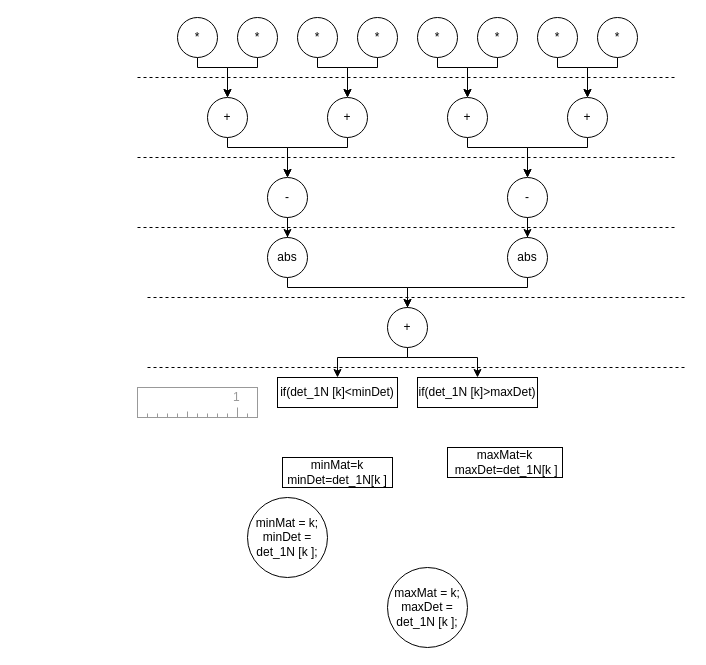
FranciscoPRosa/NEEC_test keeps this draw.io diagram as operations.drawio. Above is the earlier version. Source tidied: cells renumbered, new cells numbered last; positions are measured from the earlier drawing's top-left corner, leaving out a move shared by most shapes. Both pictures are drawn from the tidied source at 100%, with x=0, y=0 at pixel (137, 17).
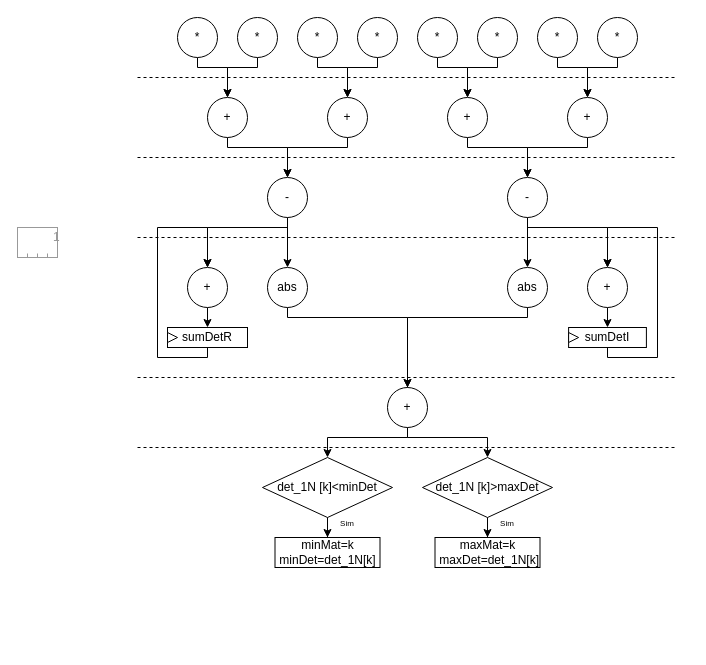
After the change.

Unchanged cells that the change refers to:
```xml
<mxCell id="29" value="-" style="ellipse;whiteSpace=wrap;html=1;" parent="1" vertex="1">
  <mxGeometry x="130" y="160" width="40" height="40" as="geometry" />
</mxCell>
<mxCell id="31" value="-" style="ellipse;whiteSpace=wrap;html=1;" parent="1" vertex="1">
  <mxGeometry x="370" y="160" width="40" height="40" as="geometry" />
</mxCell>
```

What changed in the source:
```diff
@@
+    <mxCell id="50" style="edgeStyle=orthogonalEdgeStyle;rounded=0;jettySize=auto;html=1;exitX=0.5;exitY=1;exitDx=0;exitDy=0;entryX=0.5;entryY=0;entryDx=0;entryDy=0;" parent="1" edge="1" source="29" target="59">
+      <mxGeometry relative="1" as="geometry">
+        <Array as="points">
+          <mxPoint x="150" y="210" />
+          <mxPoint x="70" y="210" />
+        </Array>
+      </mxGeometry>
+    </mxCell>
@@
+    <mxCell id="51" style="edgeStyle=orthogonalEdgeStyle;rounded=0;jettySize=auto;html=1;entryX=0.5;entryY=0;entryDx=0;entryDy=0;" parent="1" edge="1" source="31" target="61">
+      <mxGeometry relative="1" as="geometry">
+        <Array as="points">
+          <mxPoint x="390" y="210" />
+          <mxPoint x="470" y="210" />
+        </Array>
+      </mxGeometry>
+    </mxCell>
@@
     <mxCell id="32" style="endArrow=none;dashed=1;html=1;rounded=0;" parent="1" edge="1">
       <mxGeometry relative="1" as="geometry">
-        <mxPoint y="210" as="sourcePoint" />
-        <mxPoint x="540" y="210" as="targetPoint" />
+        <mxPoint y="220" as="sourcePoint" />
+        <mxPoint x="540" y="220" as="targetPoint" />
       </mxGeometry>
     </mxCell>
     <mxCell id="33" style="edgeStyle=orthogonalEdgeStyle;rounded=0;jettySize=auto;html=1;entryX=0.5;entryY=0;entryDx=0;entryDy=0;" parent="1" edge="1" source="34" target="41">
       <mxGeometry relative="1" as="geometry">
         <Array as="points">
-          <mxPoint x="150" y="270" />
-          <mxPoint x="270" y="270" />
+          <mxPoint x="150" y="300" />
+          <mxPoint x="270" y="300" />
         </Array>
       </mxGeometry>
     </mxCell>
     <mxCell id="34" value="abs" style="ellipse;whiteSpace=wrap;html=1;" parent="1" vertex="1">
-      <mxGeometry x="130" y="220" width="40" height="40" as="geometry" />
+      <mxGeometry x="130" y="250" width="40" height="40" as="geometry" />
     </mxCell>
     <mxCell id="35" style="edgeStyle=orthogonalEdgeStyle;rounded=0;jettySize=auto;html=1;" parent="1" edge="1" source="41">
       <mxGeometry relative="1" as="geometry">
-        <mxPoint x="270" y="320" as="targetPoint" />
+        <mxPoint x="270" y="400" as="targetPoint" />
         <Array as="points">
-          <mxPoint x="270" y="280" />
+          <mxPoint x="270" y="360" />
         </Array>
       </mxGeometry>
     </mxCell>
     <mxCell id="36" value="abs" style="ellipse;whiteSpace=wrap;html=1;" parent="1" vertex="1">
-      <mxGeometry x="370" y="220" width="40" height="40" as="geometry" />
+      <mxGeometry x="370" y="250" width="40" height="40" as="geometry" />
     </mxCell>
     <mxCell id="37" style="endArrow=none;dashed=1;html=1;rounded=0;" parent="1" edge="1">
       <mxGeometry relative="1" as="geometry">
-        <mxPoint x="10" y="280" as="sourcePoint" />
-        <mxPoint x="550" y="280" as="targetPoint" />
+        <mxPoint y="360" as="sourcePoint" />
+        <mxPoint x="540" y="360" as="targetPoint" />
       </mxGeometry>
     </mxCell>
     <mxCell id="38" style="edgeStyle=orthogonalEdgeStyle;rounded=0;jettySize=auto;html=1;" parent="1" edge="1" source="36" target="41">
       <mxGeometry relative="1" as="geometry">
         <Array as="points">
-          <mxPoint x="390" y="270" />
-          <mxPoint x="270" y="270" />
+          <mxPoint x="390" y="300" />
+          <mxPoint x="270" y="300" />
         </Array>
       </mxGeometry>
     </mxCell>
-    <mxCell id="39" style="edgeStyle=orthogonalEdgeStyle;rounded=0;jettySize=auto;html=1;entryX=0.5;entryY=0;entryDx=0;entryDy=0;" parent="1" edge="1" source="41">
+    <mxCell id="39" style="edgeStyle=orthogonalEdgeStyle;rounded=0;jettySize=auto;html=1;" parent="1" edge="1" source="41">
       <mxGeometry relative="1" as="geometry">
-        <mxPoint x="200" y="360" as="targetPoint" />
+        <mxPoint x="190" y="440" as="targetPoint" />
         <Array as="points">
-          <mxPoint x="270" y="340" />
-          <mxPoint x="200" y="340" />
+          <mxPoint x="270" y="420" />
+          <mxPoint x="190" y="420" />
+          <mxPoint x="190" y="440" />
         </Array>
       </mxGeometry>
     </mxCell>
-    <mxCell id="40" style="edgeStyle=orthogonalEdgeStyle;rounded=0;jettySize=auto;html=1;entryX=0.5;entryY=0;entryDx=0;entryDy=0;" parent="1" edge="1" source="41">
+    <mxCell id="40" style="edgeStyle=orthogonalEdgeStyle;rounded=0;jettySize=auto;html=1;" parent="1" edge="1" source="41">
       <mxGeometry relative="1" as="geometry">
-        <mxPoint x="340" y="360" as="targetPoint" />
+        <mxPoint x="350" y="440" as="targetPoint" />
         <Array as="points">
-          <mxPoint x="270" y="340" />
-          <mxPoint x="340" y="340" />
+          <mxPoint x="270" y="420" />
+          <mxPoint x="350" y="420" />
+          <mxPoint x="350" y="440" />
         </Array>
       </mxGeometry>
     </mxCell>
     <mxCell id="41" value="+" style="ellipse;whiteSpace=wrap;html=1;" parent="1" vertex="1">
-      <mxGeometry x="250" y="290" width="40" height="40" as="geometry" />
+      <mxGeometry x="250" y="370" width="40" height="40" as="geometry" />
     </mxCell>
     <mxCell id="42" style="endArrow=none;dashed=1;html=1;rounded=0;" parent="1" edge="1">
       <mxGeometry relative="1" as="geometry">
-        <mxPoint x="10" y="350" as="sourcePoint" />
-        <mxPoint x="550" y="350" as="targetPoint" />
+        <mxPoint y="430" as="sourcePoint" />
+        <mxPoint x="540" y="430" as="targetPoint" />
       </mxGeometry>
     </mxCell>
-    <mxCell id="43" value="minMat = k; minDet = det_1N [k ];" style="ellipse;whiteSpace=wrap;html=1;" parent="1" vertex="1">
-      <mxGeometry x="110" y="480" width="80" height="80" as="geometry" />
-    </mxCell>
-    <mxCell id="44" value="maxMat = k; maxDet = det_1N [k ];" style="ellipse;whiteSpace=wrap;html=1;" parent="1" vertex="1">
-      <mxGeometry x="250" y="550" width="80" height="80" as="geometry" />
-    </mxCell>
-    <mxCell id="45" value="if(det_1N [k]&amp;lt;minDet)" style="rounded=0;whiteSpace=wrap;html=1;" parent="1" vertex="1">
-      <mxGeometry x="140" y="360" width="120" height="30" as="geometry" />
-    </mxCell>
-    <mxCell id="46" value="if(det_1N [k]&amp;gt;maxDet)" style="rounded=0;whiteSpace=wrap;html=1;" parent="1" vertex="1">
-      <mxGeometry x="280" y="360" width="120" height="30" as="geometry" />
-    </mxCell>
-    <mxCell id="47" value="1" style="strokeWidth=1;shadow=0;dashed=0;align=center;html=1;shape=mxgraph.mockup.misc.ruler2;dx=100;rulerOrient=down;unitSize=10;fontColor=#999999;spacingLeft=96;align=left;verticalAlign=middle;spacingBottom=10;spacingTop=0;spacingRight=0;spacing=0;strokeColor=#999999;" parent="1" vertex="1">
-      <mxGeometry y="370" width="120" height="30" as="geometry" />
-    </mxCell>
-    <mxCell id="48" value="&lt;div&gt;minMat=k&lt;/div&gt;&lt;div&gt;minDet=det_1N[k ]&lt;/div&gt;" style="rounded=0;whiteSpace=wrap;html=1;" parent="1" vertex="1">
-      <mxGeometry x="145" y="440" width="110" height="30" as="geometry" />
+    <mxCell id="48" value="&lt;div&gt;minMat=k&lt;/div&gt;&lt;div&gt;minDet=det_1N[k]&lt;/div&gt;" style="rounded=0;whiteSpace=wrap;html=1;" parent="1" vertex="1">
+      <mxGeometry x="137.5" y="520" width="105" height="30" as="geometry" />
     </mxCell>
-    <mxCell id="49" value="&lt;div&gt;maxMat=k&lt;/div&gt;&lt;div&gt;&amp;nbsp;maxDet=det_1N[k ]&lt;/div&gt;" style="rounded=0;whiteSpace=wrap;html=1;" parent="1" vertex="1">
-      <mxGeometry x="310" y="430" width="115" height="30" as="geometry" />
+    <mxCell id="49" value="&lt;div&gt;maxMat=k&lt;/div&gt;&lt;div&gt;&amp;nbsp;maxDet=det_1N[k]&lt;/div&gt;" style="rounded=0;whiteSpace=wrap;html=1;" parent="1" vertex="1">
+      <mxGeometry x="297.5" y="520" width="105" height="30" as="geometry" />
     </mxCell>
+    <mxCell id="52" style="edgeStyle=orthogonalEdgeStyle;rounded=0;jettySize=auto;html=1;entryX=0.5;entryY=0;entryDx=0;entryDy=0;" parent="1" edge="1" source="53" target="48">
+      <mxGeometry relative="1" as="geometry" />
+    </mxCell>
+    <mxCell id="53" value="det_1N [k]&amp;lt;minDet" style="rhombus;whiteSpace=wrap;html=1;" parent="1" vertex="1">
+      <mxGeometry x="125" y="440" width="130" height="60" as="geometry" />
+    </mxCell>
+    <mxCell id="54" style="edgeStyle=orthogonalEdgeStyle;rounded=0;jettySize=auto;html=1;" parent="1" edge="1" source="55" target="49">
+      <mxGeometry relative="1" as="geometry" />
+    </mxCell>
+    <mxCell id="55" value="det_1N [k]&amp;gt;maxDet" style="rhombus;whiteSpace=wrap;html=1;" parent="1" vertex="1">
+      <mxGeometry x="285" y="440" width="130" height="60" as="geometry" />
+    </mxCell>
+    <mxCell id="56" value="&lt;font style=&quot;font-size: 8px;&quot;&gt;Sim&lt;/font&gt;" style="text;html=1;align=center;verticalAlign=middle;whiteSpace=wrap;rounded=0;" parent="1" vertex="1">
+      <mxGeometry x="360" y="500" width="20" height="10" as="geometry" />
+    </mxCell>
+    <mxCell id="57" value="&lt;font style=&quot;font-size: 8px;&quot;&gt;Sim&lt;/font&gt;" style="text;html=1;align=center;verticalAlign=middle;whiteSpace=wrap;rounded=0;" parent="1" vertex="1">
+      <mxGeometry x="200" y="500" width="20" height="10" as="geometry" />
+    </mxCell>
+    <mxCell id="58" style="edgeStyle=orthogonalEdgeStyle;rounded=0;jettySize=auto;html=1;exitX=0.5;exitY=1;exitDx=0;exitDy=0;entryX=0.5;entryY=0;entryDx=0;entryDy=0;" parent="1" edge="1" source="59" target="63">
+      <mxGeometry relative="1" as="geometry" />
+    </mxCell>
+    <mxCell id="59" value="+" style="ellipse;whiteSpace=wrap;html=1;" parent="1" vertex="1">
+      <mxGeometry x="50" y="250" width="40" height="40" as="geometry" />
+    </mxCell>
+    <mxCell id="60" style="edgeStyle=orthogonalEdgeStyle;rounded=0;jettySize=auto;html=1;exitX=0.5;exitY=1;exitDx=0;exitDy=0;entryX=0.5;entryY=0;entryDx=0;entryDy=0;" parent="1" edge="1" source="61" target="65">
+      <mxGeometry relative="1" as="geometry" />
+    </mxCell>
+    <mxCell id="61" value="+" style="ellipse;whiteSpace=wrap;html=1;" parent="1" vertex="1">
+      <mxGeometry x="450" y="250" width="40" height="40" as="geometry" />
+    </mxCell>
+    <mxCell id="47" value="1" style="strokeWidth=1;shadow=0;dashed=0;align=center;html=1;shape=mxgraph.mockup.misc.ruler2;dx=100;rulerOrient=down;unitSize=10;fontColor=#999999;spacingLeft=96;align=left;verticalAlign=middle;spacingBottom=10;spacingTop=0;spacingRight=0;spacing=0;strokeColor=#999999;" parent="1" vertex="1">
+      <mxGeometry x="-120" y="210" width="40" height="30" as="geometry" />
+    </mxCell>
+    <mxCell id="62" style="edgeStyle=orthogonalEdgeStyle;rounded=0;jettySize=auto;html=1;entryX=0.5;entryY=0;entryDx=0;entryDy=0;" parent="1" edge="1" source="63" target="59">
+      <mxGeometry relative="1" as="geometry">
+        <Array as="points">
+          <mxPoint x="70" y="340" />
+          <mxPoint x="20" y="340" />
+          <mxPoint x="20" y="210" />
+          <mxPoint x="70" y="210" />
+        </Array>
+      </mxGeometry>
+    </mxCell>
+    <mxCell id="63" value="sumDetR" style="rounded=0;whiteSpace=wrap;html=1;" parent="1" vertex="1">
+      <mxGeometry x="30" y="310" width="80" height="20" as="geometry" />
+    </mxCell>
+    <mxCell id="64" style="edgeStyle=orthogonalEdgeStyle;rounded=0;jettySize=auto;html=1;entryX=0.5;entryY=0;entryDx=0;entryDy=0;" parent="1" edge="1" source="65" target="61">
+      <mxGeometry relative="1" as="geometry">
+        <Array as="points">
+          <mxPoint x="470" y="340" />
+          <mxPoint x="520" y="340" />
+          <mxPoint x="520" y="210" />
+          <mxPoint x="470" y="210" />
+        </Array>
+      </mxGeometry>
+    </mxCell>
+    <mxCell id="65" value="sumDetI" style="rounded=0;whiteSpace=wrap;html=1;" parent="1" vertex="1">
+      <mxGeometry x="431.1" y="310" width="77.8" height="20" as="geometry" />
+    </mxCell>
+    <mxCell id="66" style="triangle;whiteSpace=wrap;html=1;" parent="1" vertex="1">
+      <mxGeometry x="30" y="315" width="10" height="10" as="geometry" />
+    </mxCell>
+    <mxCell id="67" style="triangle;whiteSpace=wrap;html=1;" parent="1" vertex="1">
+      <mxGeometry x="431.1" y="315" width="10" height="10" as="geometry" />
+    </mxCell>
```
